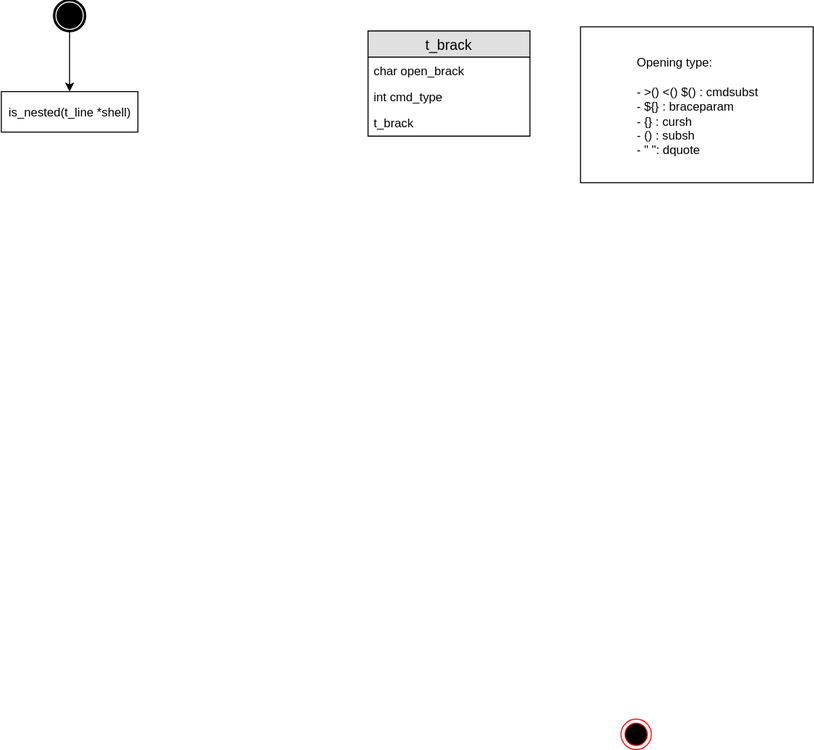
Earlier version of the draw.io export bracket_parser.svg (poggioenzo/tmpsh). Source tidied: cells renumbered, new cells last; positions are measured from the earlier drawing's top-left corner, leaving out a move shared by most shapes.
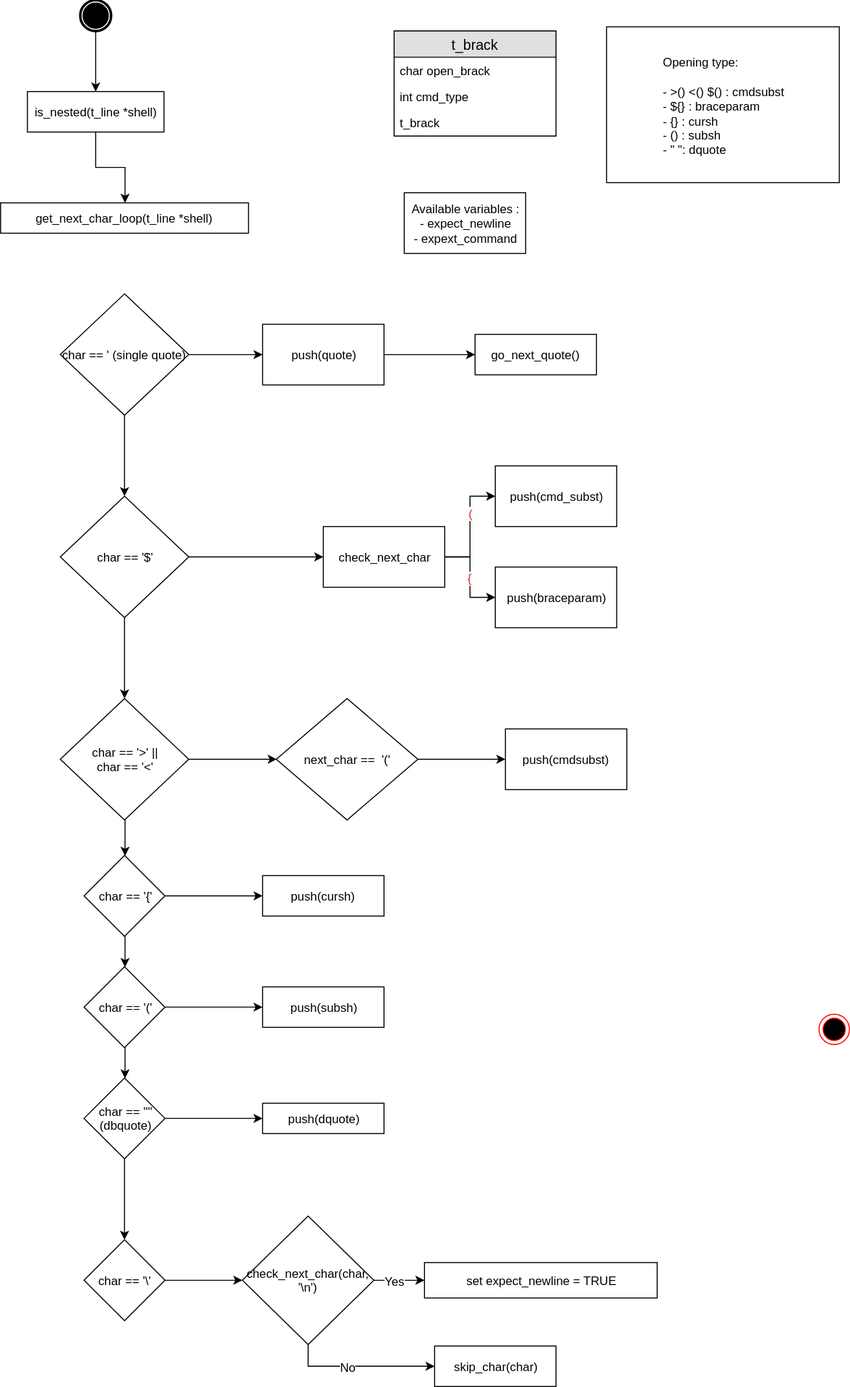
The same diagram one commit later.

What changed in the source:
```diff
@@ -9,8 +9,11 @@
       <mxGeometry x="52" width="30" height="30" as="geometry" />
     </mxCell>
     <mxCell id="4" style="ellipse;html=1;shape=endState;fillColor=#000000;strokeColor=#ff0000;" parent="1" vertex="1">
-      <mxGeometry x="612" y="710" width="30" height="30" as="geometry" />
+      <mxGeometry x="782" y="1002" width="30" height="30" as="geometry" />
     </mxCell>
+    <mxCell id="11" style="edgeStyle=orthogonalEdgeStyle;rounded=0;jettySize=auto;html=1;" parent="1" edge="1" source="5" target="21">
+      <mxGeometry relative="1" as="geometry" />
+    </mxCell>
     <mxCell id="5" value="is_nested(t_line *shell)" style="rounded=0;whiteSpace=wrap;html=1;" parent="1" vertex="1">
       <mxGeometry x="-0.5" y="90" width="135" height="40" as="geometry" />
     </mxCell>
@@ -29,5 +32,148 @@
     <mxCell id="10" value="&lt;div style=&quot;text-align: left&quot;&gt;&lt;span&gt;Opening type:&lt;/span&gt;&lt;/div&gt;&lt;div style=&quot;text-align: left&quot;&gt;&lt;br&gt;&lt;/div&gt;&lt;div style=&quot;text-align: left&quot;&gt;- &amp;gt;() &amp;lt;() $() : cmdsubst&lt;/div&gt;&lt;div style=&quot;text-align: left&quot;&gt;- ${} : braceparam&lt;/div&gt;&lt;div style=&quot;text-align: left&quot;&gt;- {} : cursh&lt;/div&gt;&lt;div style=&quot;text-align: left&quot;&gt;- () : subsh&lt;/div&gt;&lt;div style=&quot;text-align: left&quot;&gt;- &quot; &quot;: dquote&lt;/div&gt;" style="rounded=0;whiteSpace=wrap;html=1;" parent="1" vertex="1">
       <mxGeometry x="572" y="26" width="230" height="154" as="geometry" />
     </mxCell>
+    <mxCell id="12" style="edgeStyle=orthogonalEdgeStyle;rounded=0;jettySize=auto;html=1;entryX=0;entryY=0.5;entryDx=0;entryDy=0;" parent="1" edge="1" source="47" target="22">
+      <mxGeometry relative="1" as="geometry" />
+    </mxCell>
+    <mxCell id="13" style="edgeStyle=orthogonalEdgeStyle;rounded=0;jettySize=auto;html=1;" parent="1" edge="1" source="14" target="17">
+      <mxGeometry relative="1" as="geometry" />
+    </mxCell>
+    <mxCell id="14" value="char == ' (single quote)" style="rhombus;whiteSpace=wrap;html=1;" parent="1" vertex="1">
+      <mxGeometry x="32" y="290" width="127" height="120" as="geometry" />
+    </mxCell>
+    <mxCell id="15" style="edgeStyle=orthogonalEdgeStyle;rounded=0;jettySize=auto;html=1;" parent="1" edge="1" source="17" target="20">
+      <mxGeometry relative="1" as="geometry" />
+    </mxCell>
+    <mxCell id="16" style="edgeStyle=orthogonalEdgeStyle;rounded=0;jettySize=auto;html=1;entryX=0;entryY=0.5;entryDx=0;entryDy=0;" parent="1" edge="1" source="17" target="27">
+      <mxGeometry relative="1" as="geometry" />
+    </mxCell>
+    <mxCell id="17" value="char == '$'" style="rhombus;whiteSpace=wrap;html=1;" parent="1" vertex="1">
+      <mxGeometry x="32" y="490" width="127" height="120" as="geometry" />
+    </mxCell>
+    <mxCell id="18" style="edgeStyle=orthogonalEdgeStyle;rounded=0;jettySize=auto;html=1;entryX=0;entryY=0.5;entryDx=0;entryDy=0;" parent="1" edge="1" source="20" target="31">
+      <mxGeometry relative="1" as="geometry" />
+    </mxCell>
+    <mxCell id="19" style="edgeStyle=orthogonalEdgeStyle;rounded=0;jettySize=auto;html=1;" parent="1" edge="1" source="20" target="35">
+      <mxGeometry relative="1" as="geometry" />
+    </mxCell>
+    <mxCell id="20" value="char == '&amp;gt;' ||&lt;br&gt;char == '&amp;lt;'&lt;br&gt;" style="rhombus;whiteSpace=wrap;html=1;" parent="1" vertex="1">
+      <mxGeometry x="32" y="690" width="127" height="120" as="geometry" />
+    </mxCell>
+    <mxCell id="21" value="get_next_char_loop(t_line *shell)&lt;br&gt;" style="rounded=0;whiteSpace=wrap;html=1;" parent="1" vertex="1">
+      <mxGeometry x="-27" y="200" width="245" height="30" as="geometry" />
+    </mxCell>
+    <mxCell id="22" value="go_next_quote()&lt;br&gt;" style="rounded=0;whiteSpace=wrap;html=1;" parent="1" vertex="1">
+      <mxGeometry x="442" y="330" width="120" height="40" as="geometry" />
+    </mxCell>
+    <mxCell id="23" style="edgeStyle=orthogonalEdgeStyle;rounded=0;jettySize=auto;html=1;" parent="1" edge="1" source="27" target="29">
+      <mxGeometry relative="1" as="geometry" />
+    </mxCell>
+    <mxCell id="24" value="&lt;font color=&quot;#db2a2a&quot;&gt;(&lt;/font&gt;" style="text;html=1;align=center;verticalAlign=middle;labelBackgroundColor=#ffffff;" parent="23" vertex="1">
+      <mxGeometry x="0.25" relative="1" as="geometry" />
+    </mxCell>
+    <mxCell id="25" style="edgeStyle=orthogonalEdgeStyle;rounded=0;jettySize=auto;html=1;" parent="1" edge="1" source="27" target="28">
+      <mxGeometry relative="1" as="geometry" />
+    </mxCell>
+    <mxCell id="26" value="&lt;font color=&quot;#db2a2a&quot;&gt;{&lt;/font&gt;" style="text;html=1;align=center;verticalAlign=middle;labelBackgroundColor=#ffffff;" parent="25" vertex="1">
+      <mxGeometry y="-1" relative="1" as="geometry" />
+    </mxCell>
+    <mxCell id="27" value="check_next_char" style="rounded=0;whiteSpace=wrap;html=1;" parent="1" vertex="1">
+      <mxGeometry x="292" y="520" width="120" height="60" as="geometry" />
+    </mxCell>
+    <mxCell id="28" value="push(braceparam)" style="rounded=0;whiteSpace=wrap;html=1;direction=east;rotation=0;" parent="1" vertex="1">
+      <mxGeometry x="462" y="560" width="120" height="60" as="geometry" />
+    </mxCell>
+    <mxCell id="29" value="push(cmd_subst)" style="rounded=0;whiteSpace=wrap;html=1;" parent="1" vertex="1">
+      <mxGeometry x="462" y="460" width="120" height="60" as="geometry" />
+    </mxCell>
+    <mxCell id="30" style="edgeStyle=orthogonalEdgeStyle;rounded=0;jettySize=auto;html=1;entryX=0;entryY=0.5;entryDx=0;entryDy=0;" parent="1" edge="1" source="31" target="32">
+      <mxGeometry relative="1" as="geometry" />
+    </mxCell>
+    <mxCell id="31" value="next_char ==&amp;nbsp; '('" style="rhombus;whiteSpace=wrap;html=1;" parent="1" vertex="1">
+      <mxGeometry x="245.5" y="690" width="140" height="120" as="geometry" />
+    </mxCell>
+    <mxCell id="32" value="push(cmdsubst)" style="rounded=0;whiteSpace=wrap;html=1;" parent="1" vertex="1">
+      <mxGeometry x="472" y="720" width="120" height="60" as="geometry" />
+    </mxCell>
+    <mxCell id="33" style="edgeStyle=orthogonalEdgeStyle;rounded=0;jettySize=auto;html=1;" parent="1" edge="1" source="35" target="38">
+      <mxGeometry relative="1" as="geometry" />
+    </mxCell>
+    <mxCell id="34" style="edgeStyle=orthogonalEdgeStyle;rounded=0;jettySize=auto;html=1;entryX=0;entryY=0.5;entryDx=0;entryDy=0;" parent="1" edge="1" source="35" target="44">
+      <mxGeometry relative="1" as="geometry" />
+    </mxCell>
+    <mxCell id="35" value="char == '{'" style="rhombus;whiteSpace=wrap;html=1;" parent="1" vertex="1">
+      <mxGeometry x="55.5" y="845" width="80" height="80" as="geometry" />
+    </mxCell>
+    <mxCell id="36" style="edgeStyle=orthogonalEdgeStyle;rounded=0;jettySize=auto;html=1;entryX=0;entryY=0.5;entryDx=0;entryDy=0;" parent="1" edge="1" source="38" target="45">
+      <mxGeometry relative="1" as="geometry" />
+    </mxCell>
+    <mxCell id="37" style="edgeStyle=orthogonalEdgeStyle;rounded=0;jettySize=auto;html=1;" parent="1" edge="1" source="38" target="41">
+      <mxGeometry relative="1" as="geometry" />
+    </mxCell>
+    <mxCell id="38" value="char == '('" style="rhombus;whiteSpace=wrap;html=1;" parent="1" vertex="1">
+      <mxGeometry x="55.5" y="955" width="80" height="80" as="geometry" />
+    </mxCell>
+    <mxCell id="39" style="edgeStyle=orthogonalEdgeStyle;rounded=0;jettySize=auto;html=1;" parent="1" edge="1" source="41" target="46">
+      <mxGeometry relative="1" as="geometry" />
+    </mxCell>
+    <mxCell id="40" style="edgeStyle=orthogonalEdgeStyle;rounded=0;jettySize=auto;html=1;" parent="1" edge="1" source="41" target="43">
+      <mxGeometry relative="1" as="geometry" />
+    </mxCell>
+    <mxCell id="41" value="char == '&quot;'&lt;br&gt;(dbquote)&lt;br&gt;" style="rhombus;whiteSpace=wrap;html=1;" parent="1" vertex="1">
+      <mxGeometry x="55.5" y="1065" width="80" height="80" as="geometry" />
+    </mxCell>
+    <mxCell id="42" style="edgeStyle=orthogonalEdgeStyle;rounded=0;jettySize=auto;html=1;entryX=0;entryY=0.5;entryDx=0;entryDy=0;" parent="1" edge="1" source="43" target="53">
+      <mxGeometry relative="1" as="geometry" />
+    </mxCell>
+    <mxCell id="43" value="char == '\'" style="rhombus;whiteSpace=wrap;html=1;" parent="1" vertex="1">
+      <mxGeometry x="55.5" y="1225" width="80" height="80" as="geometry" />
+    </mxCell>
+    <mxCell id="44" value="push(cursh)" style="rounded=0;whiteSpace=wrap;html=1;" parent="1" vertex="1">
+      <mxGeometry x="232" y="865" width="120" height="40" as="geometry" />
+    </mxCell>
+    <mxCell id="45" value="push(subsh)" style="rounded=0;whiteSpace=wrap;html=1;" parent="1" vertex="1">
+      <mxGeometry x="232" y="975" width="120" height="40" as="geometry" />
+    </mxCell>
+    <mxCell id="46" value="push(dquote)" style="rounded=0;whiteSpace=wrap;html=1;" parent="1" vertex="1">
+      <mxGeometry x="232" y="1090" width="120" height="30" as="geometry" />
+    </mxCell>
+    <mxCell id="47" value="push(quote)" style="rounded=0;whiteSpace=wrap;html=1;" parent="1" vertex="1">
+      <mxGeometry x="232" y="320" width="120" height="60" as="geometry" />
+    </mxCell>
+    <mxCell id="48" style="edgeStyle=orthogonalEdgeStyle;rounded=0;jettySize=auto;html=1;entryX=0;entryY=0.5;entryDx=0;entryDy=0;" parent="1" edge="1" source="14" target="47">
+      <mxGeometry relative="1" as="geometry" />
+    </mxCell>
+    <mxCell id="49" style="edgeStyle=orthogonalEdgeStyle;rounded=0;jettySize=auto;html=1;entryX=0;entryY=0.5;entryDx=0;entryDy=0;" parent="1" edge="1" source="53" target="54">
+      <mxGeometry relative="1" as="geometry" />
+    </mxCell>
+    <mxCell id="50" value="Yes&lt;br&gt;" style="text;html=1;align=center;verticalAlign=middle;labelBackgroundColor=#ffffff;" parent="49" vertex="1">
+      <mxGeometry x="-0.12" y="-3" relative="1" as="geometry">
+        <mxPoint x="-2" y="-3" as="offset" />
+      </mxGeometry>
+    </mxCell>
+    <mxCell id="51" style="edgeStyle=orthogonalEdgeStyle;rounded=0;jettySize=auto;html=1;entryX=0;entryY=0.5;entryDx=0;entryDy=0;" parent="1" edge="1" source="53" target="56">
+      <mxGeometry relative="1" as="geometry">
+        <Array as="points">
+          <mxPoint x="277" y="1350" />
+        </Array>
+      </mxGeometry>
+    </mxCell>
+    <mxCell id="52" value="No" style="text;html=1;align=center;verticalAlign=middle;labelBackgroundColor=#ffffff;" parent="51" vertex="1">
+      <mxGeometry x="-0.27" y="3" relative="1" as="geometry">
+        <mxPoint x="6" y="3" as="offset" />
+      </mxGeometry>
+    </mxCell>
+    <mxCell id="53" value="&lt;span&gt;check_next_char(char, '\n')&lt;/span&gt;" style="rhombus;whiteSpace=wrap;html=1;" parent="1" vertex="1">
+      <mxGeometry x="212" y="1201.5" width="130" height="127" as="geometry" />
+    </mxCell>
+    <mxCell id="54" value="set expect_newline = TRUE" style="rounded=0;whiteSpace=wrap;html=1;" parent="1" vertex="1">
+      <mxGeometry x="392" y="1247.5" width="230" height="35" as="geometry" />
+    </mxCell>
+    <mxCell id="55" value="Available variables :&lt;br&gt;- expect_newline&lt;br&gt;- expext_command&lt;br&gt;" style="rounded=0;whiteSpace=wrap;html=1;" parent="1" vertex="1">
+      <mxGeometry x="372" y="190" width="120" height="60" as="geometry" />
+    </mxCell>
+    <mxCell id="56" value="skip_char(char)" style="rounded=0;whiteSpace=wrap;html=1;" parent="1" vertex="1">
+      <mxGeometry x="402" y="1330" width="120" height="40" as="geometry" />
+    </mxCell>
   </root>
 </mxGraphModel>
```
